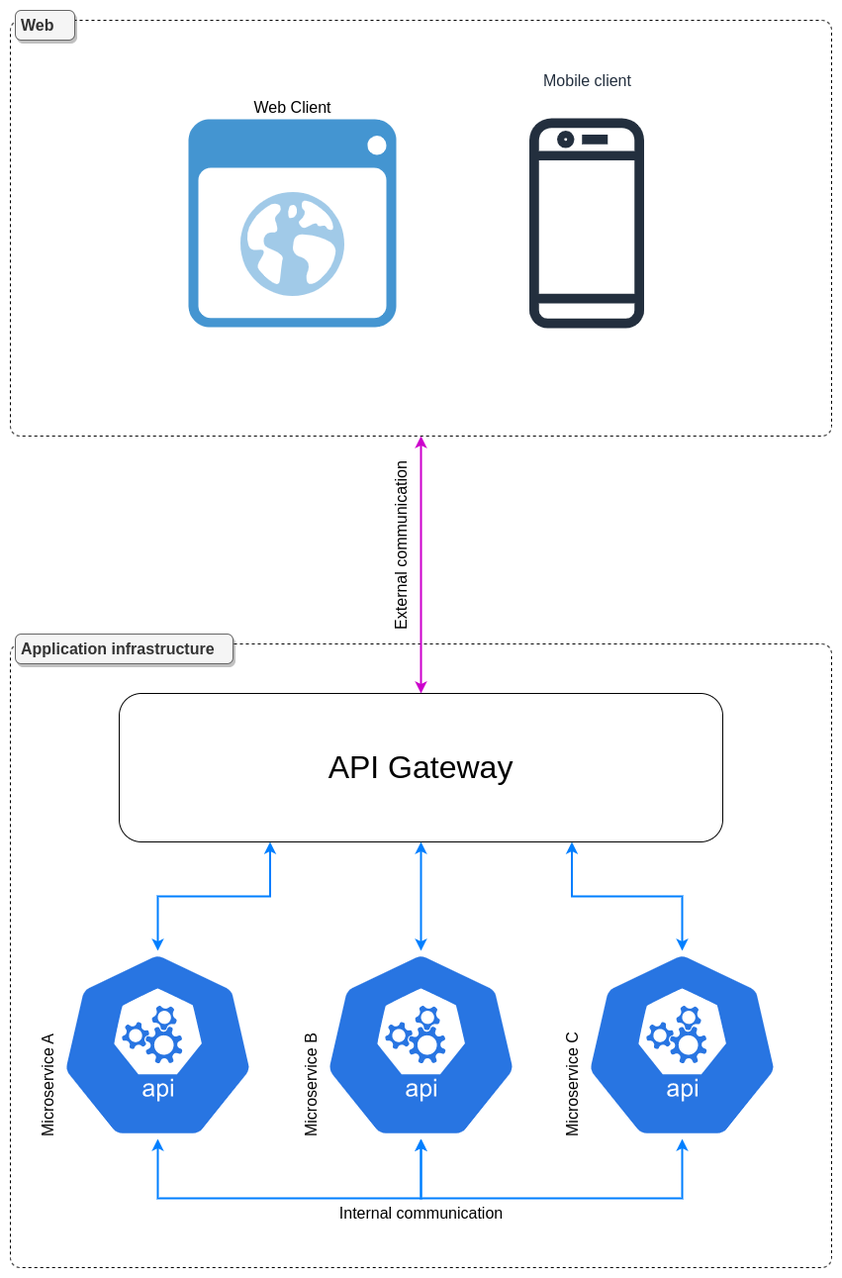
Before: docs/questions/09 - Security/images/Gateway level encryption.png, a diagram exported from draw.io (alexis-ascoz/polycode-microservice-TAD). Source tidied: cells renumbered, new cells last; positions are measured from the earlier drawing's top-left corner, leaving out a move shared by most shapes. The source it was exported from:
```xml
<mxGraphModel>
  <root>
    <mxCell id="0" />
    <mxCell id="1" parent="0" />
    <mxCell id="2" style="shape=mxgraph.mockup.containers.marginRect;rectMarginTop=10;strokeWidth=1;rounded=1;arcSize=5;fontSize=16;labelBorderColor=default;dashed=1;" parent="1" vertex="1">
      <mxGeometry width="830" height="430" as="geometry" />
    </mxCell>
    <mxCell id="3" value="Web" style="shape=rect;strokeColor=#666666;fillColor=#f5f5f5;strokeWidth=1;rounded=1;arcSize=20;fontSize=16;spacing=2;spacingTop=-2;align=left;spacingLeft=4;perimeter=none;perimeterSpacing=0;shadow=1;fillStyle=auto;fontColor=#333333;fontStyle=1;" parent="2" vertex="1">
      <mxGeometry x="5" width="60" height="30" as="geometry" />
    </mxCell>
    <mxCell id="4" value="&lt;font style=&quot;font-size: 16px;&quot;&gt;Web Client&lt;/font&gt;" style="shadow=0;dashed=0;html=1;strokeColor=none;fillColor=#4495D1;labelPosition=center;verticalLabelPosition=top;verticalAlign=bottom;align=center;shape=mxgraph.veeam.2d.web_ui;" parent="2" vertex="1">
      <mxGeometry x="180" y="110" width="210" height="210" as="geometry" />
    </mxCell>
    <mxCell id="5" value="Mobile client" style="sketch=0;fontColor=#232F3E;gradientColor=none;strokeColor=#232F3E;fillColor=#ffffff;dashed=0;verticalLabelPosition=top;verticalAlign=bottom;align=center;html=1;fontSize=16;fontStyle=0;shape=mxgraph.aws4.resourceIcon;resIcon=mxgraph.aws4.mobile_client;labelPosition=center;" parent="2" vertex="1">
      <mxGeometry x="450" y="82.5" width="265" height="265" as="geometry" />
    </mxCell>
    <mxCell id="6" style="shape=mxgraph.mockup.containers.marginRect;rectMarginTop=10;strokeWidth=1;rounded=1;arcSize=5;fontSize=16;labelBorderColor=default;dashed=1;" parent="1" vertex="1">
      <mxGeometry y="630" width="830" height="640" as="geometry" />
    </mxCell>
    <mxCell id="7" value="Application infrastructure" style="shape=rect;strokeColor=#666666;fillColor=#f5f5f5;strokeWidth=1;rounded=1;arcSize=20;fontSize=16;spacing=2;spacingTop=-2;align=left;spacingLeft=4;perimeter=none;perimeterSpacing=0;shadow=1;fillStyle=auto;fontColor=#333333;fontStyle=1;" parent="6" vertex="1">
      <mxGeometry x="5" width="220" height="30" as="geometry" />
    </mxCell>
    <mxCell id="8" style="edgeStyle=orthogonalEdgeStyle;rounded=0;jettySize=auto;html=1;exitX=0.5;exitY=1;exitDx=0;exitDy=0;exitPerimeter=0;entryX=0.5;entryY=1;entryDx=0;entryDy=0;entryPerimeter=0;fontSize=16;strokeWidth=2;startArrow=classic;startFill=1;strokeColor=#007FFF;" parent="6" edge="1" source="10" target="12">
      <mxGeometry relative="1" as="geometry">
        <Array as="points">
          <mxPoint x="149" y="570" />
          <mxPoint x="415" y="570" />
        </Array>
      </mxGeometry>
    </mxCell>
    <mxCell id="9" style="edgeStyle=orthogonalEdgeStyle;rounded=0;jettySize=auto;html=1;exitX=0.5;exitY=0;exitDx=0;exitDy=0;exitPerimeter=0;entryX=0.25;entryY=1;entryDx=0;entryDy=0;strokeWidth=2;startArrow=classic;startFill=1;strokeColor=#007FFF;" parent="6" edge="1" source="10" target="16">
      <mxGeometry relative="1" as="geometry" />
    </mxCell>
    <mxCell id="10" value="Microservice A" style="sketch=0;html=1;dashed=0;whitespace=wrap;fillColor=#2875E2;strokeColor=#ffffff;points=[[0.005,0.63,0],[0.1,0.2,0],[0.9,0.2,0],[0.5,0,0],[0.995,0.63,0],[0.72,0.99,0],[0.5,1,0],[0.28,0.99,0]];verticalLabelPosition=middle;align=left;verticalAlign=bottom;shape=mxgraph.kubernetes.icon;prIcon=api;fontSize=16;labelPosition=left;horizontal=0;" parent="6" vertex="1">
      <mxGeometry x="50" y="320" width="197.9" height="190" as="geometry" />
    </mxCell>
    <mxCell id="11" style="edgeStyle=orthogonalEdgeStyle;rounded=0;jettySize=auto;html=1;exitX=0.5;exitY=1;exitDx=0;exitDy=0;exitPerimeter=0;entryX=0.5;entryY=1;entryDx=0;entryDy=0;entryPerimeter=0;strokeWidth=2;fontSize=16;startArrow=classic;startFill=1;strokeColor=#007FFF;" parent="6" edge="1" source="12" target="14">
      <mxGeometry relative="1" as="geometry">
        <Array as="points">
          <mxPoint x="415" y="570" />
          <mxPoint x="679" y="570" />
        </Array>
      </mxGeometry>
    </mxCell>
    <mxCell id="12" value="Microservice B" style="sketch=0;html=1;dashed=0;whitespace=wrap;fillColor=#2875E2;strokeColor=#ffffff;points=[[0.005,0.63,0],[0.1,0.2,0],[0.9,0.2,0],[0.5,0,0],[0.995,0.63,0],[0.72,0.99,0],[0.5,1,0],[0.28,0.99,0]];verticalLabelPosition=middle;align=left;verticalAlign=bottom;shape=mxgraph.kubernetes.icon;prIcon=api;fontSize=16;labelPosition=left;horizontal=0;" parent="6" vertex="1">
      <mxGeometry x="316" y="320" width="197.9" height="190" as="geometry" />
    </mxCell>
    <mxCell id="13" style="edgeStyle=orthogonalEdgeStyle;rounded=0;jettySize=auto;html=1;exitX=0.5;exitY=0;exitDx=0;exitDy=0;exitPerimeter=0;entryX=0.75;entryY=1;entryDx=0;entryDy=0;strokeWidth=2;startArrow=classic;startFill=1;strokeColor=#007FFF;" parent="6" edge="1" source="14" target="16">
      <mxGeometry relative="1" as="geometry" />
    </mxCell>
    <mxCell id="14" value="Microservice C" style="sketch=0;html=1;dashed=0;whitespace=wrap;fillColor=#2875E2;strokeColor=#ffffff;points=[[0.005,0.63,0],[0.1,0.2,0],[0.9,0.2,0],[0.5,0,0],[0.995,0.63,0],[0.72,0.99,0],[0.5,1,0],[0.28,0.99,0]];verticalLabelPosition=middle;align=left;verticalAlign=bottom;shape=mxgraph.kubernetes.icon;prIcon=api;fontSize=16;labelPosition=left;horizontal=0;" parent="6" vertex="1">
      <mxGeometry x="580" y="320" width="197.9" height="190" as="geometry" />
    </mxCell>
    <mxCell id="15" value="Internal communication" style="text;html=1;align=center;verticalAlign=middle;strokeColor=none;fillColor=none;fontSize=16;" parent="6" vertex="1">
      <mxGeometry x="320" y="570" width="190" height="30" as="geometry" />
    </mxCell>
    <mxCell id="16" value="&lt;font style=&quot;font-size: 32px;&quot;&gt;API Gateway&lt;/font&gt;" style="rounded=1;whiteSpace=wrap;html=1;" parent="6" vertex="1">
      <mxGeometry x="110" y="60" width="610" height="150" as="geometry" />
    </mxCell>
    <mxCell id="17" style="edgeStyle=orthogonalEdgeStyle;rounded=0;jettySize=auto;html=1;exitX=0.5;exitY=0;exitDx=0;exitDy=0;exitPerimeter=0;strokeColor=#007FFF;strokeWidth=2;fontSize=16;startArrow=classic;startFill=1;entryX=0.5;entryY=1;entryDx=0;entryDy=0;" parent="6" edge="1" source="12" target="16">
      <mxGeometry relative="1" as="geometry" />
    </mxCell>
    <mxCell id="18" value="External communication" style="text;html=1;align=center;verticalAlign=middle;strokeColor=none;fillColor=none;fontSize=16;horizontal=0;" parent="1" vertex="1">
      <mxGeometry x="300" y="526" width="190" height="30" as="geometry" />
    </mxCell>
    <mxCell id="19" style="edgeStyle=orthogonalEdgeStyle;rounded=0;jettySize=auto;html=1;exitX=0.5;exitY=0;exitDx=0;exitDy=0;strokeColor=#CC00CC;strokeWidth=2;fontSize=32;startArrow=classic;startFill=1;" parent="1" edge="1" source="16" target="2">
      <mxGeometry relative="1" as="geometry" />
    </mxCell>
  </root>
</mxGraphModel>
```
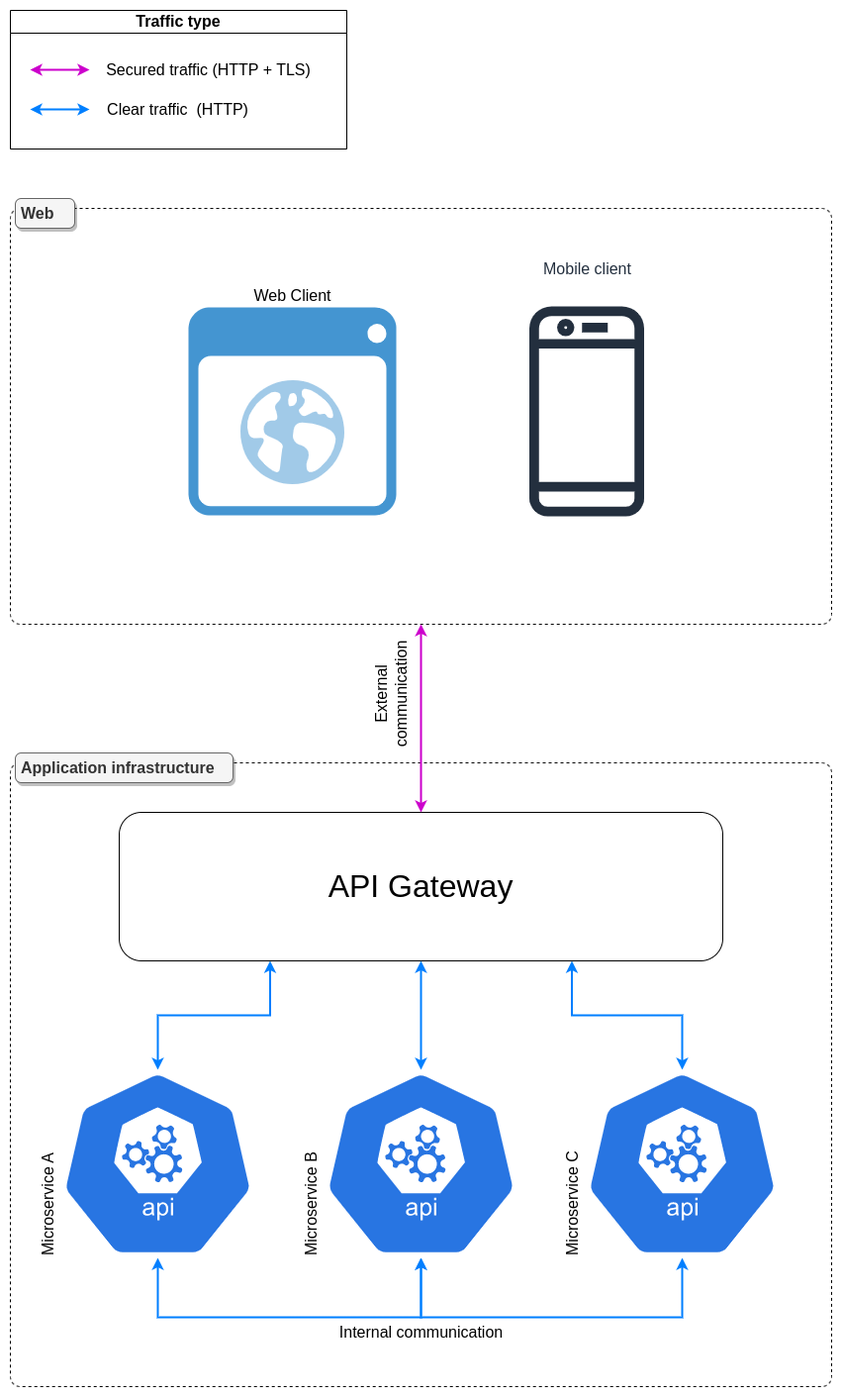
After the change.

Diff of the diagram source:
```diff
@@ -3,7 +3,7 @@
     <mxCell id="0" />
     <mxCell id="1" parent="0" />
     <mxCell id="2" style="shape=mxgraph.mockup.containers.marginRect;rectMarginTop=10;strokeWidth=1;rounded=1;arcSize=5;fontSize=16;labelBorderColor=default;dashed=1;" parent="1" vertex="1">
-      <mxGeometry width="830" height="430" as="geometry" />
+      <mxGeometry y="200" width="830" height="430" as="geometry" />
     </mxCell>
     <mxCell id="3" value="Web" style="shape=rect;strokeColor=#666666;fillColor=#f5f5f5;strokeWidth=1;rounded=1;arcSize=20;fontSize=16;spacing=2;spacingTop=-2;align=left;spacingLeft=4;perimeter=none;perimeterSpacing=0;shadow=1;fillStyle=auto;fontColor=#333333;fontStyle=1;" parent="2" vertex="1">
       <mxGeometry x="5" width="60" height="30" as="geometry" />
@@ -15,7 +15,7 @@
       <mxGeometry x="450" y="82.5" width="265" height="265" as="geometry" />
     </mxCell>
     <mxCell id="6" style="shape=mxgraph.mockup.containers.marginRect;rectMarginTop=10;strokeWidth=1;rounded=1;arcSize=5;fontSize=16;labelBorderColor=default;dashed=1;" parent="1" vertex="1">
-      <mxGeometry y="630" width="830" height="640" as="geometry" />
+      <mxGeometry y="760" width="830" height="640" as="geometry" />
     </mxCell>
     <mxCell id="7" value="Application infrastructure" style="shape=rect;strokeColor=#666666;fillColor=#f5f5f5;strokeWidth=1;rounded=1;arcSize=20;fontSize=16;spacing=2;spacingTop=-2;align=left;spacingLeft=4;perimeter=none;perimeterSpacing=0;shadow=1;fillStyle=auto;fontColor=#333333;fontStyle=1;" parent="6" vertex="1">
       <mxGeometry x="5" width="220" height="30" as="geometry" />
@@ -60,11 +60,32 @@
     <mxCell id="17" style="edgeStyle=orthogonalEdgeStyle;rounded=0;jettySize=auto;html=1;exitX=0.5;exitY=0;exitDx=0;exitDy=0;exitPerimeter=0;strokeColor=#007FFF;strokeWidth=2;fontSize=16;startArrow=classic;startFill=1;entryX=0.5;entryY=1;entryDx=0;entryDy=0;" parent="6" edge="1" source="12" target="16">
       <mxGeometry relative="1" as="geometry" />
     </mxCell>
-    <mxCell id="18" value="External communication" style="text;html=1;align=center;verticalAlign=middle;strokeColor=none;fillColor=none;fontSize=16;horizontal=0;" parent="1" vertex="1">
-      <mxGeometry x="300" y="526" width="190" height="30" as="geometry" />
+    <mxCell id="18" value="External&lt;br&gt;communication" style="text;html=1;align=center;verticalAlign=middle;strokeColor=none;fillColor=none;fontSize=16;horizontal=0;" parent="1" vertex="1">
+      <mxGeometry x="355" y="641" width="60" height="120" as="geometry" />
     </mxCell>
     <mxCell id="19" style="edgeStyle=orthogonalEdgeStyle;rounded=0;jettySize=auto;html=1;exitX=0.5;exitY=0;exitDx=0;exitDy=0;strokeColor=#CC00CC;strokeWidth=2;fontSize=32;startArrow=classic;startFill=1;" parent="1" edge="1" source="16" target="2">
       <mxGeometry relative="1" as="geometry" />
     </mxCell>
+    <mxCell id="20" value="Traffic type" style="swimlane;whiteSpace=wrap;html=1;fontSize=16;" parent="1" vertex="1">
+      <mxGeometry y="10" width="340" height="140" as="geometry" />
+    </mxCell>
+    <mxCell id="21" style="endArrow=classic;html=1;rounded=0;startArrow=classic;startFill=1;endFill=1;strokeWidth=2;strokeColor=#CC00CC;" parent="1" edge="1">
+      <mxGeometry relative="1" as="geometry">
+        <mxPoint x="20" y="70" as="sourcePoint" />
+        <mxPoint x="80" y="70" as="targetPoint" />
+      </mxGeometry>
+    </mxCell>
+    <mxCell id="22" value="Secured traffic (HTTP + TLS)" style="text;html=1;align=center;verticalAlign=middle;strokeColor=none;fillColor=none;fontSize=16;" parent="1" vertex="1">
+      <mxGeometry x="85" y="55" width="230" height="30" as="geometry" />
+    </mxCell>
+    <mxCell id="23" style="endArrow=classic;html=1;rounded=0;startArrow=classic;startFill=1;endFill=1;strokeWidth=2;strokeColor=#007FFF;" parent="1" edge="1">
+      <mxGeometry relative="1" as="geometry">
+        <mxPoint x="20" y="110" as="sourcePoint" />
+        <mxPoint x="80" y="110" as="targetPoint" />
+      </mxGeometry>
+    </mxCell>
+    <mxCell id="24" value="Clear traffic&amp;nbsp; (HTTP)" style="text;html=1;align=center;verticalAlign=middle;strokeColor=none;fillColor=none;fontSize=16;" parent="1" vertex="1">
+      <mxGeometry x="84" y="95" width="170" height="30" as="geometry" />
+    </mxCell>
   </root>
 </mxGraphModel>
```
